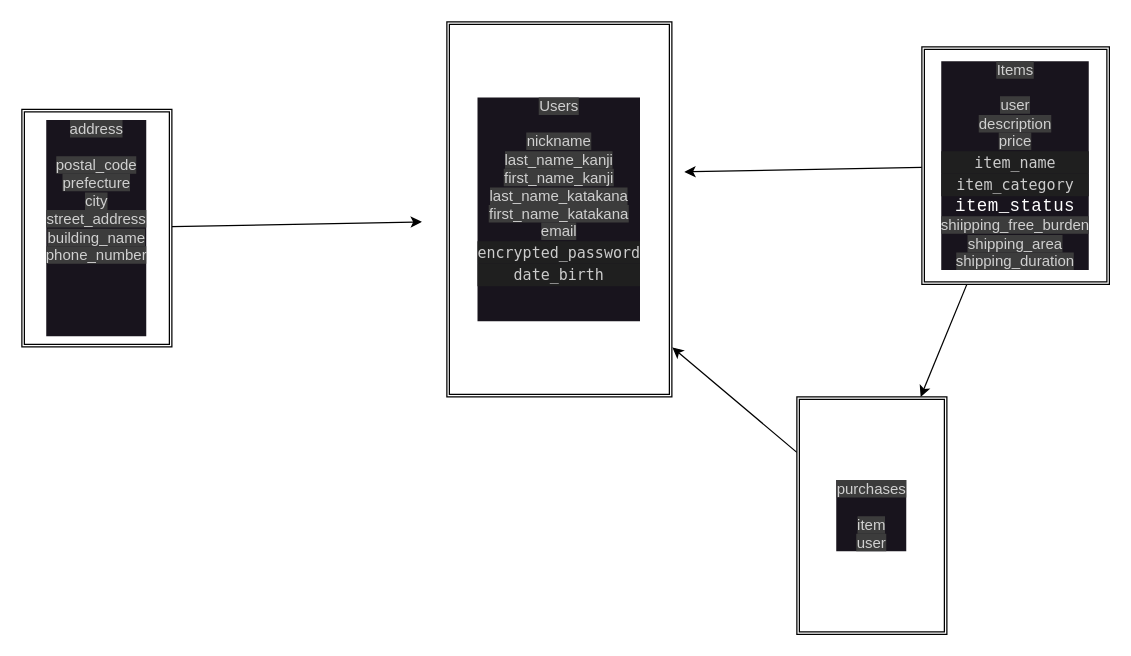
The draw.io diagram ER.dio in Ebisawa1016/furima-40312, before the edit. Source tidied: cells renumbered, new cells numbered last; positions are measured from the earlier drawing's top-left corner, leaving out a move shared by most shapes. Both pictures are drawn from the tidied source at 125%, with x=0, y=0 at pixel (21, 21).
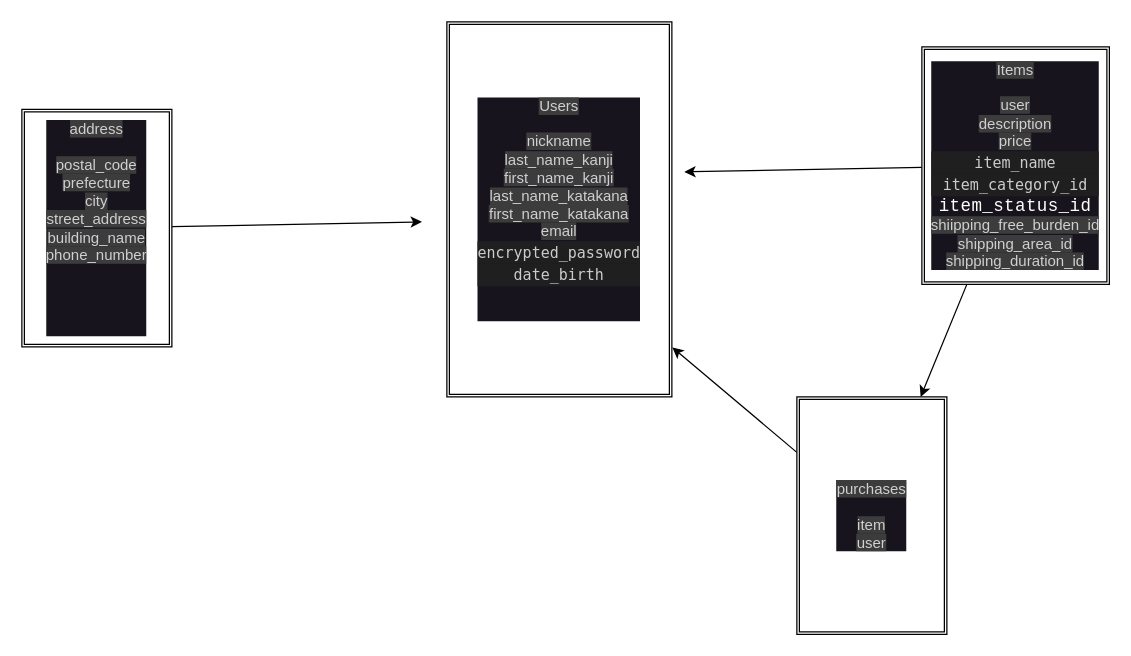
After the change.

Change to the diagram source:
```diff
@@
 <mxGraphModel>
   <root>
     <mxCell id="0" />
     <mxCell id="1" parent="0" />
     <mxCell id="2" value="&lt;font color=&quot;#d0d0d0&quot;&gt;&lt;span style=&quot;background-color: rgb(60, 60, 60);&quot;&gt;Users&lt;br&gt;&lt;br&gt;nickname&lt;br&gt;last_name_kanji&lt;br&gt;first_name_kanji&lt;br&gt;last_name_katakana&lt;br&gt;first_name_katakana&lt;br&gt;&lt;/span&gt;&lt;/font&gt;&lt;font color=&quot;#d0d0d0&quot;&gt;&lt;span style=&quot;background-color: rgb(60, 60, 60);&quot;&gt;email&lt;br&gt;&lt;/span&gt;&lt;/font&gt;&lt;div style=&quot;color: rgb(204, 204, 204); background-color: rgb(31, 31, 31); font-family: Menlo, Monaco, &amp;quot;Courier New&amp;quot;, monospace; line-height: 18px;&quot;&gt;encrypted_password&lt;/div&gt;&lt;div style=&quot;color: rgb(204, 204, 204); background-color: rgb(31, 31, 31); font-family: Menlo, Monaco, &amp;quot;Courier New&amp;quot;, monospace; line-height: 18px;&quot;&gt;&lt;div style=&quot;line-height: 18px;&quot;&gt;date_birth&lt;/div&gt;&lt;/div&gt;&lt;font color=&quot;#d0d0d0&quot;&gt;&lt;span style=&quot;background-color: rgb(60, 60, 60);&quot;&gt;&lt;br&gt;&lt;br&gt;&lt;/span&gt;&lt;/font&gt;" style="shape=ext;double=1;rounded=0;whiteSpace=wrap;html=1;labelBackgroundColor=#18141D;" parent="1" vertex="1">
       <mxGeometry x="340" width="180" height="300" as="geometry" />
     </mxCell>
     <mxCell id="3" style="edgeStyle=none;html=1;" parent="1" edge="1" source="5">
       <mxGeometry relative="1" as="geometry">
         <mxPoint x="530" y="120" as="targetPoint" />
       </mxGeometry>
     </mxCell>
     <mxCell id="4" style="edgeStyle=none;html=1;" parent="1" edge="1" source="5" target="9">
       <mxGeometry relative="1" as="geometry" />
     </mxCell>
-    <mxCell id="5" value="&lt;font color=&quot;#d0d0d0&quot;&gt;&lt;span style=&quot;background-color: rgb(60, 60, 60);&quot;&gt;Items&lt;br&gt;&lt;br&gt;user&lt;br&gt;description&lt;br&gt;price&lt;br&gt;&lt;/span&gt;&lt;/font&gt;&lt;div style=&quot;color: rgb(204, 204, 204); background-color: rgb(31, 31, 31); font-family: Menlo, Monaco, &amp;quot;Courier New&amp;quot;, monospace; line-height: 18px;&quot;&gt;item_name&lt;/div&gt;&lt;div style=&quot;color: rgb(204, 204, 204); background-color: rgb(31, 31, 31); font-family: Menlo, Monaco, &amp;quot;Courier New&amp;quot;, monospace; line-height: 18px;&quot;&gt;item_category&lt;/div&gt;&lt;span style=&quot;font-family: monospace; font-size: 14px; letter-spacing: 0.32px; text-align: left;&quot;&gt;&lt;font color=&quot;#ffffff&quot;&gt;item_status&lt;br&gt;&lt;/font&gt;&lt;/span&gt;&lt;font color=&quot;#d0d0d0&quot;&gt;&lt;span style=&quot;background-color: rgb(60, 60, 60);&quot;&gt;shiipping_free_burden&lt;br&gt;shipping_area&lt;br&gt;shipping_duration&lt;br&gt;&lt;/span&gt;&lt;/font&gt;" style="shape=ext;double=1;rounded=0;whiteSpace=wrap;html=1;labelBackgroundColor=#18141D;" parent="1" vertex="1">
+    <mxCell id="5" value="&lt;font color=&quot;#d0d0d0&quot;&gt;&lt;span style=&quot;background-color: rgb(60, 60, 60);&quot;&gt;Items&lt;br&gt;&lt;br&gt;user&lt;br&gt;description&lt;br&gt;price&lt;br&gt;&lt;/span&gt;&lt;/font&gt;&lt;div style=&quot;color: rgb(204, 204, 204); background-color: rgb(31, 31, 31); font-family: Menlo, Monaco, &amp;quot;Courier New&amp;quot;, monospace; line-height: 18px;&quot;&gt;item_name&lt;/div&gt;&lt;div style=&quot;color: rgb(204, 204, 204); background-color: rgb(31, 31, 31); font-family: Menlo, Monaco, &amp;quot;Courier New&amp;quot;, monospace; line-height: 18px;&quot;&gt;item_category_id&lt;/div&gt;&lt;span style=&quot;font-family: monospace; font-size: 14px; letter-spacing: 0.32px; text-align: left;&quot;&gt;&lt;font color=&quot;#ffffff&quot;&gt;item_status_id&lt;br&gt;&lt;/font&gt;&lt;/span&gt;&lt;font color=&quot;#d0d0d0&quot;&gt;&lt;span style=&quot;background-color: rgb(60, 60, 60);&quot;&gt;shiipping_free_burden_id&lt;br&gt;shipping_area_id&lt;br&gt;shipping_duration_id&lt;br&gt;&lt;/span&gt;&lt;/font&gt;" style="shape=ext;double=1;rounded=0;whiteSpace=wrap;html=1;labelBackgroundColor=#18141D;" parent="1" vertex="1">
       <mxGeometry x="720" y="20" width="150" height="190" as="geometry" />
     </mxCell>
     <mxCell id="6" style="edgeStyle=none;html=1;" parent="1" edge="1" source="7">
       <mxGeometry relative="1" as="geometry">
         <mxPoint x="320" y="160" as="targetPoint" />
       </mxGeometry>
     </mxCell>
     <mxCell id="7" value="&lt;font color=&quot;#d0d0d0&quot;&gt;&lt;span style=&quot;background-color: rgb(60, 60, 60);&quot;&gt;address&lt;br&gt;&lt;br&gt;postal_code&lt;br&gt;prefecture&lt;br&gt;city&lt;br&gt;street_address&lt;br&gt;building_name&lt;br&gt;phone_number&lt;br&gt;&lt;br&gt;&lt;br&gt;&lt;br&gt;&lt;br&gt;&lt;/span&gt;&lt;/font&gt;" style="shape=ext;double=1;rounded=0;whiteSpace=wrap;html=1;labelBackgroundColor=#18141D;" parent="1" vertex="1">
       <mxGeometry y="70" width="120" height="190" as="geometry" />
     </mxCell>
     <mxCell id="8" style="edgeStyle=none;html=1;entryX=1.002;entryY=0.868;entryDx=0;entryDy=0;entryPerimeter=0;" parent="1" edge="1" source="9" target="2">
       <mxGeometry relative="1" as="geometry" />
     </mxCell>
     <mxCell id="9" value="&lt;font color=&quot;#d0d0d0&quot;&gt;&lt;span style=&quot;background-color: rgb(60, 60, 60);&quot;&gt;purchases&lt;br&gt;&lt;br&gt;item&lt;br&gt;user&lt;br&gt;&lt;/span&gt;&lt;/font&gt;" style="shape=ext;double=1;rounded=0;whiteSpace=wrap;html=1;labelBackgroundColor=#18141D;" parent="1" vertex="1">
       <mxGeometry x="620" y="300" width="120" height="190" as="geometry" />
     </mxCell>
   </root>
 </mxGraphModel>
```
